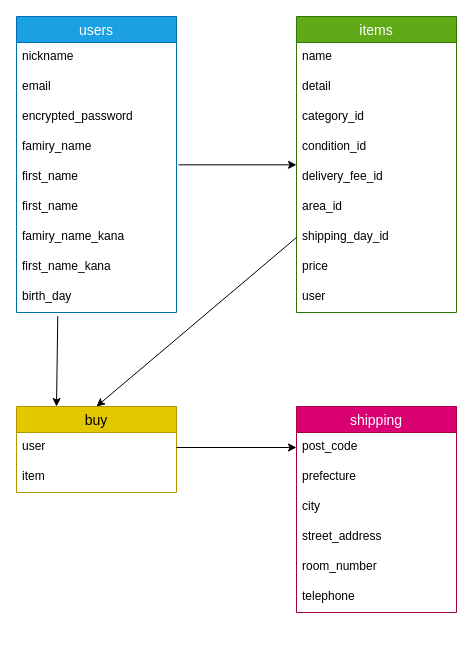
The draw.io diagram app/views/layouts/furima.dio in soypo/furima-39399, before the edit. Source tidied: cells renumbered, new cells numbered last; positions are measured from the earlier drawing's top-left corner, leaving out a move shared by most shapes. Both pictures are drawn from the tidied source at 100%, with x=0, y=0 at pixel (16, 16).
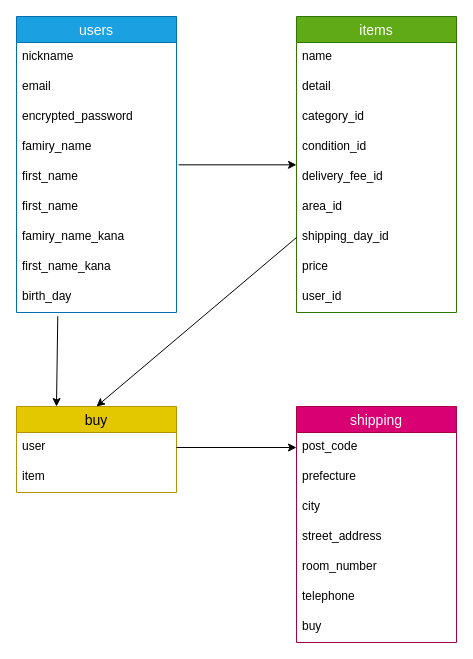
Above is the later version.

The change refers to these unchanged cells:
```xml
<mxCell id="12" value="items" style="swimlane;fontStyle=0;horizontal=1;startSize=26;align=center;fontSize=14;fillColor=#60a917;fontColor=#ffffff;strokeColor=#2D7600;" parent="1" vertex="1">
  <mxGeometry x="280" width="160" height="296" as="geometry" />
</mxCell>
```

What changed in the source:
```diff
@@
-    <mxCell id="21" value="user" style="text;strokeColor=none;fillColor=none;spacingLeft=4;spacingRight=4;overflow=hidden;fontSize=12;fontFamily=Helvetica;fontColor=default;" parent="12" vertex="1">
-      <mxGeometry y="266" width="160" height="30" as="geometry" />
-    </mxCell>
+    <mxCell id="38" value="user_id" style="text;strokeColor=none;fillColor=none;spacingLeft=4;spacingRight=4;overflow=hidden;fontSize=12;fontFamily=Helvetica;fontColor=default;" parent="12" vertex="1">
+      <mxGeometry y="266" width="160" height="30" as="geometry" />
+    </mxCell>
@@
     <mxCell id="26" value="shipping" style="swimlane;fontStyle=0;horizontal=1;startSize=26;align=center;fontSize=14;fillColor=#d80073;strokeColor=#A50040;fontColor=#ffffff;" parent="1" vertex="1">
-      <mxGeometry x="280" y="390" width="160" height="206" as="geometry" />
+      <mxGeometry x="280" y="390" width="160" height="236" as="geometry" />
     </mxCell>
@@
+    <mxCell id="39" value="buy" style="text;strokeColor=none;fillColor=none;spacingLeft=4;spacingRight=4;overflow=hidden;fontSize=12;fontFamily=Helvetica;fontColor=default;" parent="26" vertex="1">
+      <mxGeometry y="206" width="160" height="30" as="geometry" />
+    </mxCell>
```
